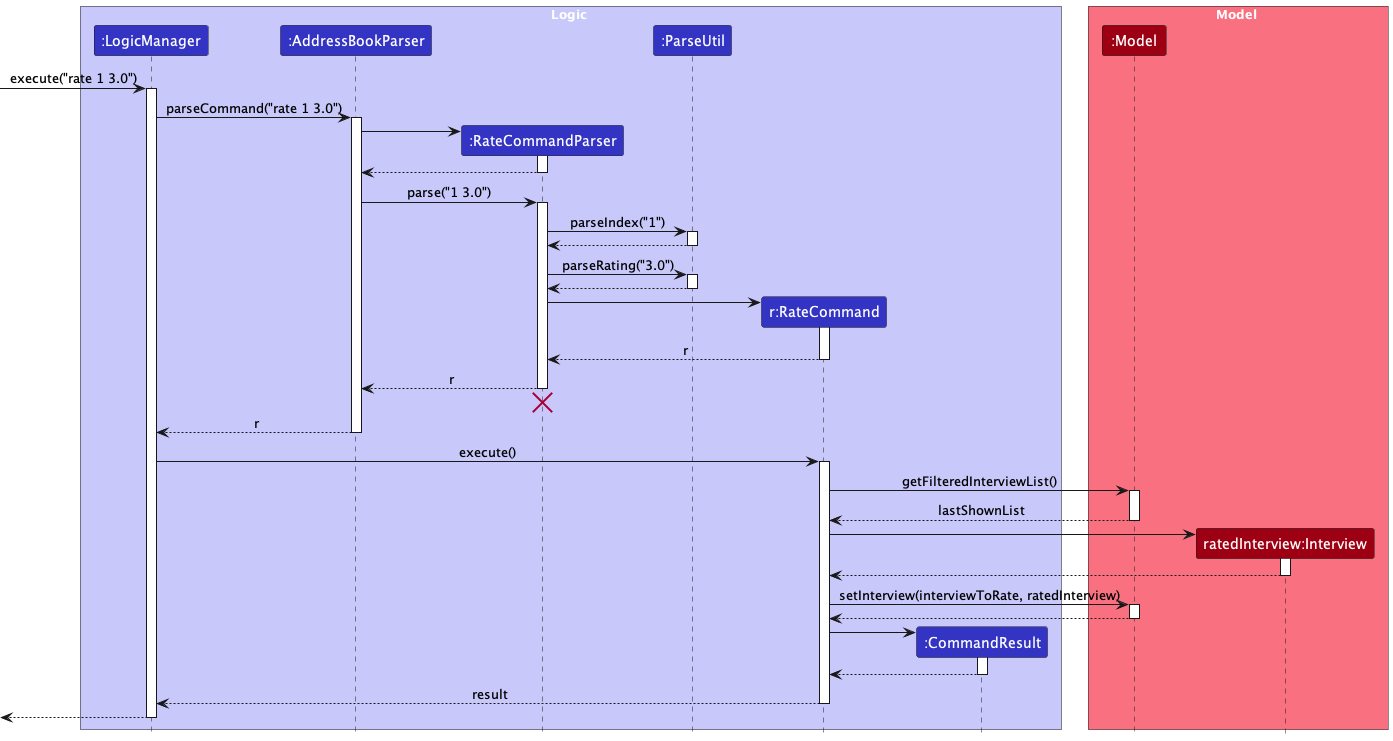
The PlantUML diagram docs/images/RateInterviewSequenceDiagram.png in nus-cs2103-AY2324S1/tp, before a commit. Its diagram source:
```plantuml
@startuml
!include style.puml
skinparam ArrowFontStyle plain

box Logic LOGIC_COLOR_T1
participant ":LogicManager" as LogicManager LOGIC_COLOR
participant ":AddressBookParser" as AddressBookParser LOGIC_COLOR
participant ":RateCommandParser" as RateCommandParser LOGIC_COLOR
participant ":ParseUtil" as ParseUtil LOGIC_COLOR
participant "r:RateCommand" as RateCommand LOGIC_COLOR
participant ":CommandResult" as CommandResult LOGIC_COLOR
end box

box Model MODEL_COLOR_T1
participant ":Model" as Model MODEL_COLOR
participant "ratedInterview:Interview" as Interview MODEL_COLOR
end box

[-> LogicManager : execute("rate 1 3.0")
activate LogicManager

LogicManager -> AddressBookParser : parseCommand("rate 1 3.0")
activate AddressBookParser

create RateCommandParser
AddressBookParser -> RateCommandParser
activate RateCommandParser

RateCommandParser --> AddressBookParser
deactivate RateCommandParser

AddressBookParser -> RateCommandParser : parse("1 3.0")
activate RateCommandParser

RateCommandParser -> ParseUtil : parseIndex("1")
activate ParseUtil

ParseUtil --> RateCommandParser
deactivate ParseUtil

RateCommandParser -> ParseUtil : parseRating("3.0")
activate ParseUtil

ParseUtil --> RateCommandParser
deactivate ParseUtil

create RateCommand
RateCommandParser -> RateCommand
activate RateCommand

RateCommand --> RateCommandParser : r
deactivate RateCommand

RateCommandParser --> AddressBookParser : r
deactivate RateCommandParser
RateCommandParser -[hidden]-> AddressBookParser
destroy RateCommandParser

AddressBookParser --> LogicManager : r
deactivate AddressBookParser

LogicManager -> RateCommand : execute()
activate RateCommand

RateCommand -> Model : getFilteredInterviewList()
activate Model

Model --> RateCommand : lastShownList
deactivate Model

create Interview
RateCommand -> Interview
activate Interview
return

RateCommand -> Model : setInterview(interviewToRate, ratedInterview)
activate Model

Model --> RateCommand
deactivate Model

create CommandResult
RateCommand -> CommandResult
activate CommandResult

CommandResult --> RateCommand
deactivate CommandResult

RateCommand --> LogicManager : result
deactivate RateCommand

[<--LogicManager
deactivate LogicManager
@enduml
```
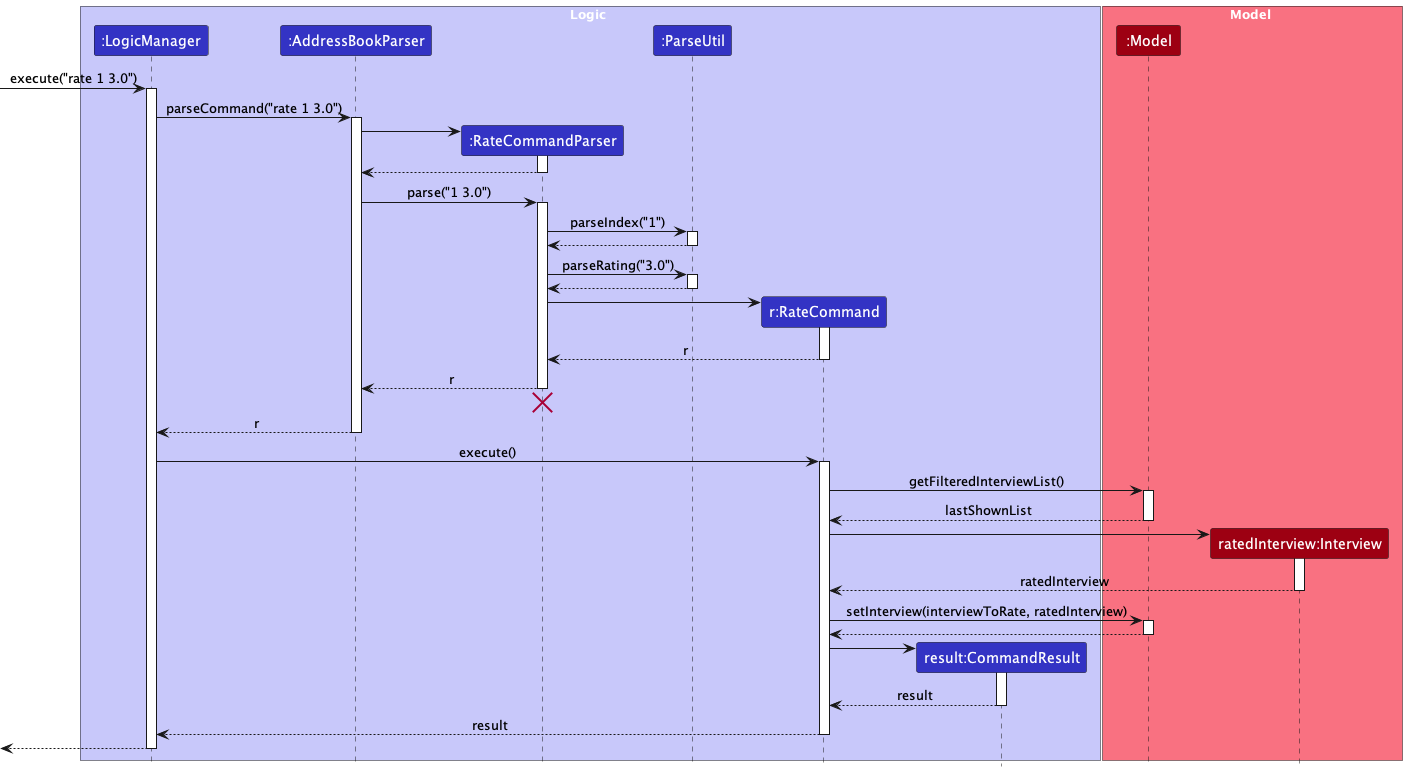
Later version of the same file.

Diff of the diagram source:
```diff
@@ -8,7 +8,7 @@
 participant ":RateCommandParser" as RateCommandParser LOGIC_COLOR
 participant ":ParseUtil" as ParseUtil LOGIC_COLOR
 participant "r:RateCommand" as RateCommand LOGIC_COLOR
-participant ":CommandResult" as CommandResult LOGIC_COLOR
+participant "result:CommandResult" as CommandResult LOGIC_COLOR
 end box
 
 box Model MODEL_COLOR_T1
@@ -71,7 +71,7 @@
 create Interview
 RateCommand -> Interview
 activate Interview
-return
+return ratedInterview
 
 RateCommand -> Model : setInterview(interviewToRate, ratedInterview)
 activate Model
@@ -83,7 +83,7 @@
 RateCommand -> CommandResult
 activate CommandResult
 
-CommandResult --> RateCommand
+CommandResult --> RateCommand : result
 deactivate CommandResult
 
 RateCommand --> LogicManager : result
```
